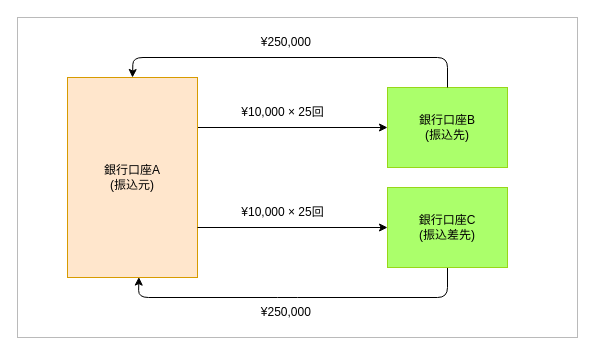
This is page "01. 銀行自動振込_概要" (1 of 3) of 99.その他素材/test.drawio from yr260625/qiita-tech-articles, a draw.io file, before an edit. Source tidied: cells renumbered, new cells numbered last; positions are measured from the earlier drawing's top-left corner, leaving out a move shared by most shapes. Both pictures are drawn from the tidied source at 100%, with x=0, y=0 at pixel (17, 17).
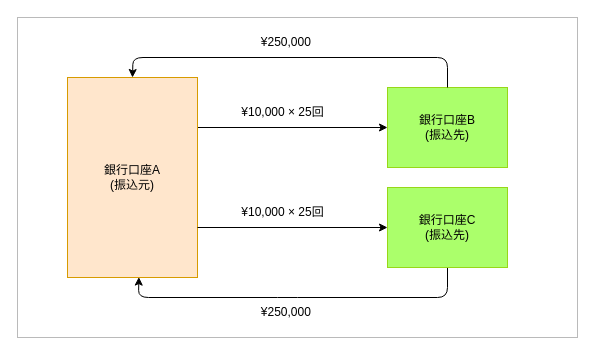
After the change.

What changed in the source:
```diff
@@
 <mxGraphModel>
   <root>
     <mxCell id="0" />
     <mxCell id="1" parent="0" />
     <mxCell id="2" style="rounded=0;whiteSpace=wrap;html=1;strokeColor=#BABABA;" parent="1" vertex="1">
       <mxGeometry width="560" height="320" as="geometry" />
     </mxCell>
     <mxCell id="3" style="edgeStyle=none;html=1;exitX=1;exitY=0.25;exitDx=0;exitDy=0;" parent="1" edge="1" source="4" target="5">
       <mxGeometry relative="1" as="geometry" />
     </mxCell>
     <mxCell id="4" value="銀行口座A&lt;br&gt;(振込元)&lt;br&gt;" style="rounded=0;whiteSpace=wrap;html=1;fillColor=#ffe6cc;strokeColor=#d79b00;" parent="1" vertex="1">
       <mxGeometry x="50" y="60" width="130" height="200" as="geometry" />
     </mxCell>
     <mxCell id="5" value="銀行口座B&lt;br style=&quot;border-color: var(--border-color);&quot;&gt;(振込先)" style="rounded=0;whiteSpace=wrap;html=1;fillColor=#ABFF6B;strokeColor=#97D718;" parent="1" vertex="1">
       <mxGeometry x="370" y="70" width="120" height="80" as="geometry" />
     </mxCell>
     <mxCell id="6" style="edgeStyle=none;html=1;exitX=0.5;exitY=1;exitDx=0;exitDy=0;entryX=0.549;entryY=0.998;entryDx=0;entryDy=0;entryPerimeter=0;" parent="1" edge="1" source="7" target="4">
       <mxGeometry relative="1" as="geometry">
         <Array as="points">
           <mxPoint x="430" y="280" />
           <mxPoint x="270" y="280" />
           <mxPoint x="121" y="280" />
         </Array>
       </mxGeometry>
     </mxCell>
-    <mxCell id="7" value="銀行口座C&lt;br style=&quot;border-color: var(--border-color);&quot;&gt;(振込差先)" style="rounded=0;whiteSpace=wrap;html=1;fillColor=#ABFF6B;strokeColor=#97D718;" parent="1" vertex="1">
+    <mxCell id="7" value="銀行口座C&lt;br style=&quot;border-color: var(--border-color);&quot;&gt;(振込先)" style="rounded=0;whiteSpace=wrap;html=1;fillColor=#ABFF6B;strokeColor=#97D718;" parent="1" vertex="1">
       <mxGeometry x="370" y="170" width="120" height="80" as="geometry" />
     </mxCell>
     <mxCell id="8" value="¥10,000 × 25回" style="text;html=1;align=center;verticalAlign=middle;strokeColor=none;fillColor=none;" parent="1" vertex="1">
       <mxGeometry x="210" y="80" width="110" height="30" as="geometry" />
     </mxCell>
     <mxCell id="9" style="edgeStyle=none;html=1;" parent="1" edge="1">
       <mxGeometry relative="1" as="geometry">
         <mxPoint x="180" y="210" as="sourcePoint" />
         <mxPoint x="370" y="210" as="targetPoint" />
       </mxGeometry>
     </mxCell>
     <mxCell id="10" value="¥10,000 × 25回" style="text;html=1;align=center;verticalAlign=middle;strokeColor=none;fillColor=none;" parent="1" vertex="1">
       <mxGeometry x="210" y="180" width="110" height="30" as="geometry" />
     </mxCell>
     <mxCell id="11" value="¥250,000&amp;nbsp;" style="text;html=1;align=center;verticalAlign=middle;strokeColor=none;fillColor=none;" parent="1" vertex="1">
       <mxGeometry x="230" y="280" width="80" height="30" as="geometry" />
     </mxCell>
     <mxCell id="12" style="edgeStyle=none;html=1;exitX=0.5;exitY=0;exitDx=0;exitDy=0;entryX=0.5;entryY=0;entryDx=0;entryDy=0;" parent="1" edge="1" source="5" target="4">
       <mxGeometry relative="1" as="geometry">
         <Array as="points">
           <mxPoint x="430" y="40" />
           <mxPoint x="264.5" y="40" />
           <mxPoint x="115.5" y="40" />
         </Array>
       </mxGeometry>
     </mxCell>
     <mxCell id="13" value="¥250,000&amp;nbsp;" style="text;html=1;align=center;verticalAlign=middle;strokeColor=none;fillColor=none;" parent="1" vertex="1">
       <mxGeometry x="230" y="10" width="80" height="30" as="geometry" />
     </mxCell>
   </root>
 </mxGraphModel>
```
